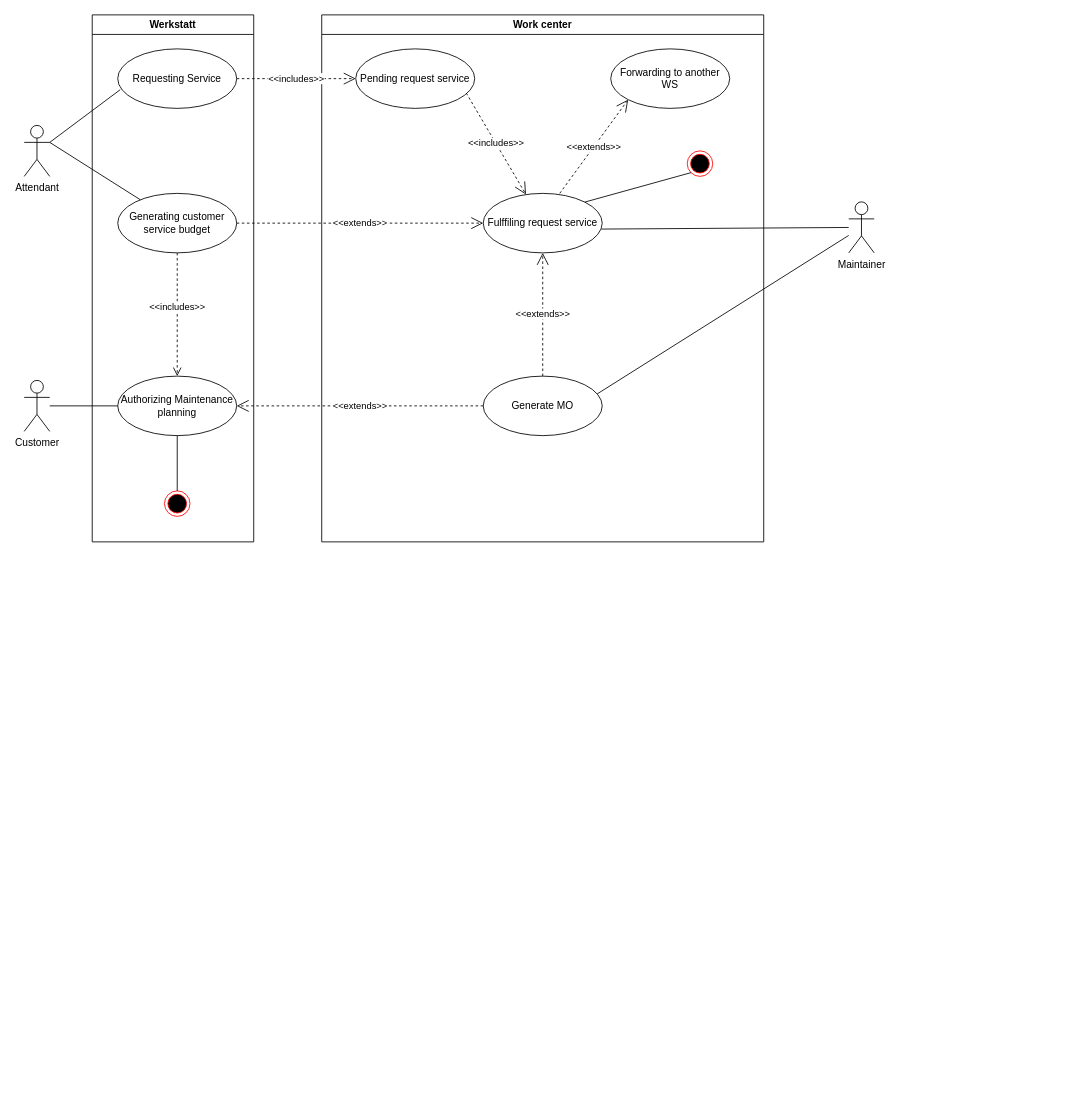
Above: models/werkstatt.drawio in dnanseldev/Werkstatt (draw.io), before the change. Source tidied: cells renumbered, new cells numbered last; positions are measured from the earlier drawing's top-left corner, leaving out a move shared by most shapes. Both pictures are drawn from the tidied source at 85%, with x=0, y=0 at pixel (24, 14).
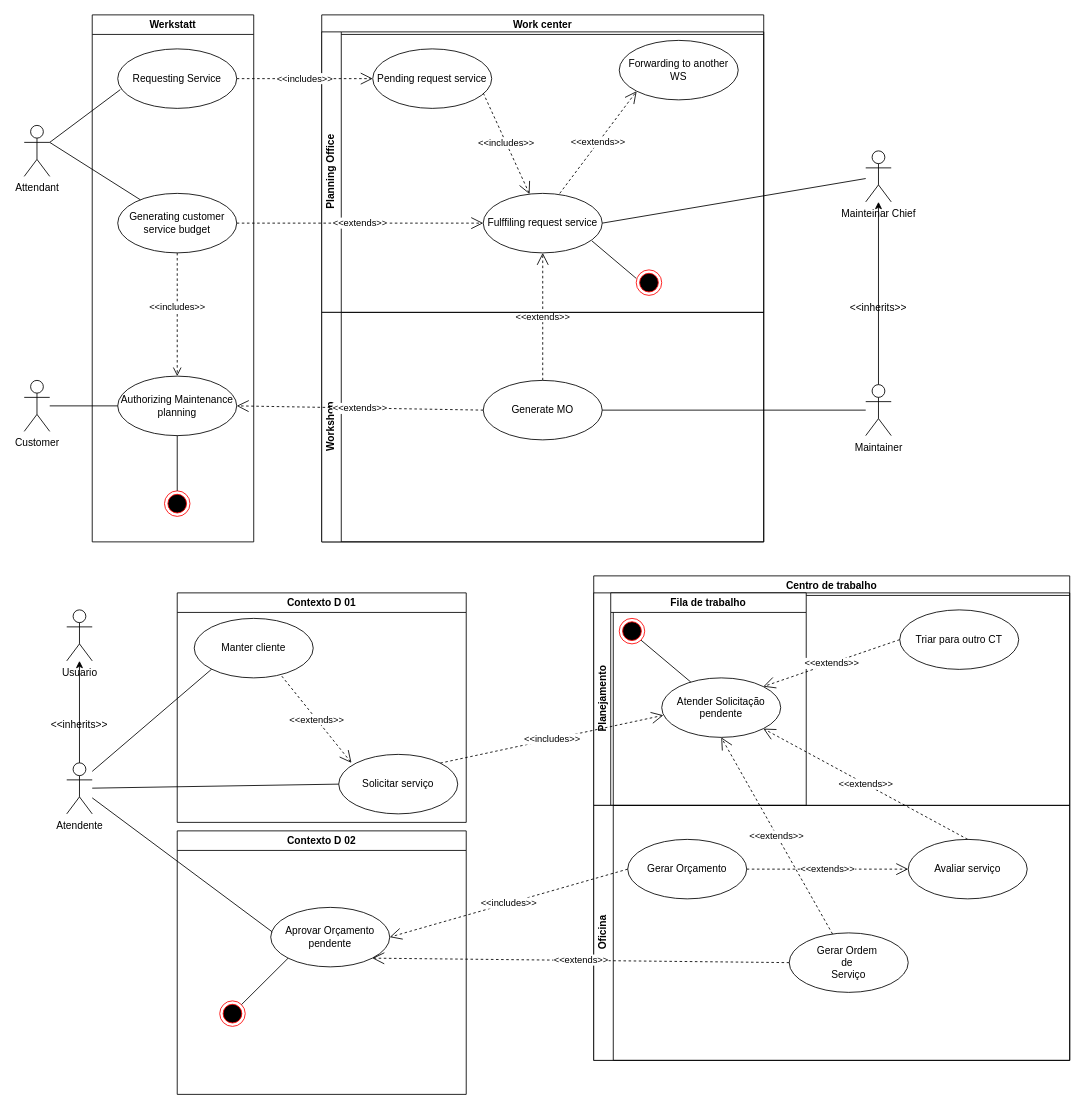
After the change.

Commit message:
Advancing models

Unchanged cells that the change refers to:
```xml
<mxCell id="11" value="Work center" style="swimlane;whiteSpace=wrap;html=1;" parent="1" vertex="1">
  <mxGeometry x="350" width="520" height="620" as="geometry" />
</mxCell>
```

What changed in the source:
```diff
@@
+    <mxCell id="17" value="&amp;lt;&amp;lt;extends&amp;gt;&amp;gt;" style="endArrow=open;endSize=12;dashed=1;html=1;rounded=0;entryX=0.5;entryY=1;entryDx=0;entryDy=0;exitX=0.5;exitY=0;exitDx=0;exitDy=0;" parent="11" edge="1" source="15" target="13">
+      <mxGeometry relative="1" as="geometry" />
+    </mxCell>
+    <mxCell id="30" value="Planning Office" style="swimlane;horizontal=0;whiteSpace=wrap;html=1;" parent="11" vertex="1">
+      <mxGeometry y="20" width="520" height="330" as="geometry" />
+    </mxCell>
-    <mxCell id="12" value="Pending request service" style="ellipse;whiteSpace=wrap;html=1;" parent="11" vertex="1">
-      <mxGeometry x="40" y="40" width="140" height="70" as="geometry" />
+    <mxCell id="12" value="Pending request service" style="ellipse;whiteSpace=wrap;html=1;" parent="30" vertex="1">
+      <mxGeometry x="60" y="20" width="140" height="70" as="geometry" />
     </mxCell>
-    <mxCell id="13" value="Fulffiling request service" style="ellipse;whiteSpace=wrap;html=1;" parent="11" vertex="1">
-      <mxGeometry x="190" y="210" width="140" height="70" as="geometry" />
+    <mxCell id="13" value="Fulffiling request service" style="ellipse;whiteSpace=wrap;html=1;" parent="30" vertex="1">
+      <mxGeometry x="190" y="190" width="140" height="70" as="geometry" />
     </mxCell>
-    <mxCell id="14" value="&amp;lt;&amp;lt;includes&amp;gt;&amp;gt;" style="endArrow=open;endSize=12;dashed=1;html=1;rounded=0;exitX=0.929;exitY=0.743;exitDx=0;exitDy=0;exitPerimeter=0;" parent="11" edge="1" source="12" target="13">
+    <mxCell id="14" value="&amp;lt;&amp;lt;includes&amp;gt;&amp;gt;" style="endArrow=open;endSize=12;dashed=1;html=1;rounded=0;exitX=0.929;exitY=0.743;exitDx=0;exitDy=0;exitPerimeter=0;" parent="30" edge="1" source="12" target="13">
       <mxGeometry relative="1" as="geometry" />
     </mxCell>
-    <mxCell id="15" value="Generate MO" style="ellipse;whiteSpace=wrap;html=1;" parent="11" vertex="1">
-      <mxGeometry x="190" y="425" width="140" height="70" as="geometry" />
-    </mxCell>
-    <mxCell id="16" style="ellipse;html=1;shape=endState;fillColor=#000000;strokeColor=#ff0000;" parent="11" vertex="1">
-      <mxGeometry x="430" y="160" width="30" height="30" as="geometry" />
-    </mxCell>
-    <mxCell id="17" value="&amp;lt;&amp;lt;extends&amp;gt;&amp;gt;" style="endArrow=open;endSize=12;dashed=1;html=1;rounded=0;entryX=0.5;entryY=1;entryDx=0;entryDy=0;exitX=0.5;exitY=0;exitDx=0;exitDy=0;" parent="11" edge="1" source="15" target="13">
-      <mxGeometry relative="1" as="geometry" />
-    </mxCell>
-    <mxCell id="18" style="endArrow=none;html=1;rounded=0;entryX=1;entryY=0;entryDx=0;entryDy=0;exitX=0;exitY=1;exitDx=0;exitDy=0;" parent="11" edge="1" source="16" target="13">
-      <mxGeometry relative="1" as="geometry" />
-    </mxCell>
-    <mxCell id="19" value="Forwarding to another WS" style="ellipse;whiteSpace=wrap;html=1;" parent="11" vertex="1">
-      <mxGeometry x="340" y="40" width="140" height="70" as="geometry" />
+    <mxCell id="19" value="Forwarding to another WS" style="ellipse;whiteSpace=wrap;html=1;" parent="30" vertex="1">
+      <mxGeometry x="350" y="10" width="140" height="70" as="geometry" />
     </mxCell>
-    <mxCell id="20" value="&amp;lt;&amp;lt;extends&amp;gt;&amp;gt;" style="endArrow=open;endSize=12;dashed=1;html=1;rounded=0;entryX=0;entryY=1;entryDx=0;entryDy=0;exitX=0.643;exitY=0;exitDx=0;exitDy=0;exitPerimeter=0;" parent="11" edge="1" source="13" target="19">
+    <mxCell id="20" value="&amp;lt;&amp;lt;extends&amp;gt;&amp;gt;" style="endArrow=open;endSize=12;dashed=1;html=1;rounded=0;entryX=0;entryY=1;entryDx=0;entryDy=0;exitX=0.643;exitY=0;exitDx=0;exitDy=0;exitPerimeter=0;" parent="30" edge="1" source="13" target="19">
       <mxGeometry relative="1" as="geometry" />
     </mxCell>
+    <mxCell id="16" style="ellipse;html=1;shape=endState;fillColor=#000000;strokeColor=#ff0000;" parent="30" vertex="1">
+      <mxGeometry x="370" y="280" width="30" height="30" as="geometry" />
+    </mxCell>
+    <mxCell id="18" style="endArrow=none;html=1;rounded=0;entryX=0.914;entryY=0.8;entryDx=0;entryDy=0;entryPerimeter=0;" parent="30" edge="1" target="13">
+      <mxGeometry relative="1" as="geometry">
+        <mxPoint x="370" y="290" as="sourcePoint" />
+      </mxGeometry>
+    </mxCell>
+    <mxCell id="31" value="Workshop" style="swimlane;horizontal=0;whiteSpace=wrap;html=1;" parent="11" vertex="1">
+      <mxGeometry y="350" width="520" height="270" as="geometry" />
+    </mxCell>
+    <mxCell id="15" value="Generate MO" style="ellipse;whiteSpace=wrap;html=1;" parent="31" vertex="1">
+      <mxGeometry x="190" y="80" width="140" height="70" as="geometry" />
+    </mxCell>
@@
     <mxCell id="22" value="Maintainer" style="shape=umlActor;verticalLabelPosition=bottom;verticalAlign=top;html=1;" parent="1" vertex="1">
-      <mxGeometry x="970" y="220" width="30" height="60" as="geometry" />
+      <mxGeometry x="990" y="435" width="30" height="60" as="geometry" />
     </mxCell>
-    <mxCell id="23" style="endArrow=none;html=1;rounded=0;exitX=0.993;exitY=0.6;exitDx=0;exitDy=0;exitPerimeter=0;" parent="1" edge="1" source="13" target="22">
-      <mxGeometry relative="1" as="geometry" />
-    </mxCell>
-    <mxCell id="24" style="endArrow=none;html=1;rounded=0;exitX=0.957;exitY=0.3;exitDx=0;exitDy=0;exitPerimeter=0;" parent="1" edge="1" source="15" target="22">
+    <mxCell id="24" style="endArrow=none;html=1;rounded=0;exitX=1;exitY=0.5;exitDx=0;exitDy=0;" parent="1" edge="1" source="15" target="22">
       <mxGeometry relative="1" as="geometry" />
     </mxCell>
@@
+    <mxCell id="32" value="Mainteinar Chief" style="shape=umlActor;verticalLabelPosition=bottom;verticalAlign=top;html=1;outlineConnect=0;" parent="1" vertex="1">
+      <mxGeometry x="990" y="160" width="30" height="60" as="geometry" />
+    </mxCell>
+    <mxCell id="33" style="endArrow=none;html=1;rounded=0;exitX=1;exitY=0.5;exitDx=0;exitDy=0;" parent="1" edge="1" source="13" target="32">
+      <mxGeometry relative="1" as="geometry" />
+    </mxCell>
+    <mxCell id="34" style="endArrow=classic;html=1;rounded=0;exitX=0.5;exitY=0;exitDx=0;exitDy=0;exitPerimeter=0;" parent="1" edge="1" source="22" target="32">
+      <mxGeometry relative="1" as="geometry" />
+    </mxCell>
+    <mxCell id="35" value="&amp;lt;&amp;lt;inherits&amp;gt;&amp;gt;" style="text;html=1;strokeColor=none;fillColor=none;align=center;verticalAlign=middle;whiteSpace=wrap;rounded=0;" parent="1" vertex="1">
+      <mxGeometry x="975" y="330" width="60" height="30" as="geometry" />
+    </mxCell>
+    <mxCell id="36" value="Contexto D 01" style="swimlane;whiteSpace=wrap;html=1;" parent="1" vertex="1">
+      <mxGeometry x="180" y="680" width="340" height="270" as="geometry" />
+    </mxCell>
+    <mxCell id="37" value="Solicitar serviço" style="ellipse;whiteSpace=wrap;html=1;" parent="36" vertex="1">
+      <mxGeometry x="190" y="190" width="140" height="70" as="geometry" />
+    </mxCell>
+    <mxCell id="38" value="Manter cliente" style="ellipse;whiteSpace=wrap;html=1;" parent="36" vertex="1">
+      <mxGeometry x="20" y="30" width="140" height="70" as="geometry" />
+    </mxCell>
+    <mxCell id="39" value="&amp;lt;&amp;lt;extends&amp;gt;&amp;gt;" style="endArrow=open;endSize=12;dashed=1;html=1;rounded=0;entryX=0.107;entryY=0.143;entryDx=0;entryDy=0;entryPerimeter=0;exitX=0.736;exitY=0.971;exitDx=0;exitDy=0;exitPerimeter=0;" parent="36" edge="1" source="38" target="37">
+      <mxGeometry relative="1" as="geometry" />
+    </mxCell>
+    <mxCell id="40" value="Usuario" style="shape=umlActor;verticalLabelPosition=bottom;verticalAlign=top;html=1;" parent="1" vertex="1">
+      <mxGeometry x="50" y="700" width="30" height="60" as="geometry" />
+    </mxCell>
+    <mxCell id="41" value="Atendente" style="shape=umlActor;verticalLabelPosition=bottom;verticalAlign=top;html=1;outlineConnect=0;" parent="1" vertex="1">
+      <mxGeometry x="50" y="880" width="30" height="60" as="geometry" />
+    </mxCell>
+    <mxCell id="42" style="endArrow=classic;html=1;rounded=0;" parent="1" edge="1" source="41" target="40">
+      <mxGeometry relative="1" as="geometry" />
+    </mxCell>
+    <mxCell id="43" value="&amp;lt;&amp;lt;inherits&amp;gt;&amp;gt;" style="text;html=1;strokeColor=none;fillColor=none;align=center;verticalAlign=middle;whiteSpace=wrap;rounded=0;" parent="1" vertex="1">
+      <mxGeometry x="35" y="820" width="60" height="30" as="geometry" />
+    </mxCell>
+    <mxCell id="44" style="endArrow=none;html=1;rounded=0;entryX=0;entryY=0.5;entryDx=0;entryDy=0;" parent="1" edge="1" source="41" target="37">
+      <mxGeometry relative="1" as="geometry" />
+    </mxCell>
+    <mxCell id="45" style="endArrow=none;html=1;rounded=0;entryX=0;entryY=1;entryDx=0;entryDy=0;" parent="1" edge="1" target="38">
+      <mxGeometry relative="1" as="geometry">
+        <mxPoint x="80" y="890" as="sourcePoint" />
+      </mxGeometry>
+    </mxCell>
+    <mxCell id="46" value="Centro de trabalho" style="swimlane;whiteSpace=wrap;html=1;" parent="1" vertex="1">
+      <mxGeometry x="670" y="660" width="560" height="570" as="geometry" />
+    </mxCell>
+    <mxCell id="47" value="Planejamento" style="swimlane;horizontal=0;whiteSpace=wrap;html=1;" parent="46" vertex="1">
+      <mxGeometry y="20" width="560" height="250" as="geometry" />
+    </mxCell>
+    <mxCell id="48" value="Fila de trabalho" style="swimlane;whiteSpace=wrap;html=1;" parent="47" vertex="1">
+      <mxGeometry x="20" width="230" height="250" as="geometry" />
+    </mxCell>
+    <mxCell id="49" value="Atender Solicitação pendente" style="ellipse;whiteSpace=wrap;html=1;" parent="48" vertex="1">
+      <mxGeometry x="60" y="100" width="140" height="70" as="geometry" />
+    </mxCell>
+    <mxCell id="50" style="ellipse;html=1;shape=endState;fillColor=#000000;strokeColor=#ff0000;" parent="48" vertex="1">
+      <mxGeometry x="10" y="30" width="30" height="30" as="geometry" />
+    </mxCell>
+    <mxCell id="51" style="endArrow=none;html=1;rounded=0;entryX=1;entryY=1;entryDx=0;entryDy=0;" parent="48" edge="1" source="49" target="50">
+      <mxGeometry relative="1" as="geometry" />
+    </mxCell>
+    <mxCell id="52" value="Triar para outro CT" style="ellipse;whiteSpace=wrap;html=1;" parent="47" vertex="1">
+      <mxGeometry x="360" y="20" width="140" height="70" as="geometry" />
+    </mxCell>
+    <mxCell id="53" value="&amp;lt;&amp;lt;extends&amp;gt;&amp;gt;" style="endArrow=open;endSize=12;dashed=1;html=1;rounded=0;exitX=0;exitY=0.5;exitDx=0;exitDy=0;entryX=1;entryY=0;entryDx=0;entryDy=0;" parent="47" edge="1" source="52" target="49">
+      <mxGeometry relative="1" as="geometry" />
+    </mxCell>
+    <mxCell id="54" value="Oficina" style="swimlane;horizontal=0;whiteSpace=wrap;html=1;" parent="46" vertex="1">
+      <mxGeometry y="270" width="560" height="300" as="geometry" />
+    </mxCell>
+    <mxCell id="55" value="Gerar Ordem&amp;nbsp;&lt;br&gt;de&amp;nbsp;&lt;br&gt;Serviço" style="ellipse;whiteSpace=wrap;html=1;" parent="54" vertex="1">
+      <mxGeometry x="230" y="150" width="140" height="70" as="geometry" />
+    </mxCell>
+    <mxCell id="56" value="Avaliar serviço" style="ellipse;whiteSpace=wrap;html=1;" parent="54" vertex="1">
+      <mxGeometry x="370" y="40" width="140" height="70" as="geometry" />
+    </mxCell>
+    <mxCell id="57" value="Gerar Orçamento" style="ellipse;whiteSpace=wrap;html=1;" parent="54" vertex="1">
+      <mxGeometry x="40" y="40" width="140" height="70" as="geometry" />
+    </mxCell>
+    <mxCell id="58" value="&amp;lt;&amp;lt;extends&amp;gt;&amp;gt;" style="endArrow=open;endSize=12;dashed=1;html=1;rounded=0;entryX=0;entryY=0.5;entryDx=0;entryDy=0;exitX=1;exitY=0.5;exitDx=0;exitDy=0;" parent="54" edge="1" source="57" target="56">
+      <mxGeometry relative="1" as="geometry" />
+    </mxCell>
+    <mxCell id="59" value="&amp;lt;&amp;lt;extends&amp;gt;&amp;gt;" style="endArrow=open;endSize=12;dashed=1;html=1;rounded=0;entryX=0.5;entryY=1;entryDx=0;entryDy=0;" parent="46" edge="1" source="55" target="49">
+      <mxGeometry relative="1" as="geometry" />
+    </mxCell>
+    <mxCell id="60" value="&amp;lt;&amp;lt;extends&amp;gt;&amp;gt;" style="endArrow=open;endSize=12;dashed=1;html=1;rounded=0;entryX=1;entryY=1;entryDx=0;entryDy=0;exitX=0.5;exitY=0;exitDx=0;exitDy=0;" parent="46" edge="1" source="56" target="49">
+      <mxGeometry relative="1" as="geometry" />
+    </mxCell>
+    <mxCell id="61" value="&amp;lt;&amp;lt;includes&amp;gt;&amp;gt;" style="endArrow=open;endSize=12;dashed=1;html=1;rounded=0;entryX=0.014;entryY=0.629;entryDx=0;entryDy=0;entryPerimeter=0;exitX=1;exitY=0;exitDx=0;exitDy=0;" parent="1" edge="1" source="37" target="49">
+      <mxGeometry relative="1" as="geometry" />
+    </mxCell>
+    <mxCell id="62" value="Contexto D 02" style="swimlane;whiteSpace=wrap;html=1;" parent="1" vertex="1">
+      <mxGeometry x="180" y="960" width="340" height="310" as="geometry" />
+    </mxCell>
+    <mxCell id="63" value="Aprovar Orçamento pendente" style="ellipse;whiteSpace=wrap;html=1;" parent="62" vertex="1">
+      <mxGeometry x="110" y="90" width="140" height="70" as="geometry" />
+    </mxCell>
+    <mxCell id="64" style="ellipse;html=1;shape=endState;fillColor=#000000;strokeColor=#ff0000;" parent="62" vertex="1">
+      <mxGeometry x="50" y="200" width="30" height="30" as="geometry" />
+    </mxCell>
+    <mxCell id="65" style="endArrow=none;html=1;rounded=0;entryX=0;entryY=1;entryDx=0;entryDy=0;exitX=1;exitY=0;exitDx=0;exitDy=0;" parent="62" edge="1" source="64" target="63">
+      <mxGeometry relative="1" as="geometry" />
+    </mxCell>
+    <mxCell id="66" value="&amp;lt;&amp;lt;includes&amp;gt;&amp;gt;" style="endArrow=open;endSize=12;dashed=1;html=1;rounded=0;entryX=1;entryY=0.5;entryDx=0;entryDy=0;exitX=0;exitY=0.5;exitDx=0;exitDy=0;" parent="1" edge="1" source="57" target="63">
+      <mxGeometry relative="1" as="geometry" />
+    </mxCell>
+    <mxCell id="67" style="endArrow=none;html=1;rounded=0;entryX=0.014;entryY=0.414;entryDx=0;entryDy=0;entryPerimeter=0;" parent="1" edge="1" source="41" target="63">
+      <mxGeometry relative="1" as="geometry" />
+    </mxCell>
+    <mxCell id="68" value="&amp;lt;&amp;lt;extends&amp;gt;&amp;gt;" style="endArrow=open;endSize=12;dashed=1;html=1;rounded=0;exitX=0;exitY=0.5;exitDx=0;exitDy=0;entryX=1;entryY=1;entryDx=0;entryDy=0;" parent="1" edge="1" source="55" target="63">
+      <mxGeometry relative="1" as="geometry" />
+    </mxCell>
```
